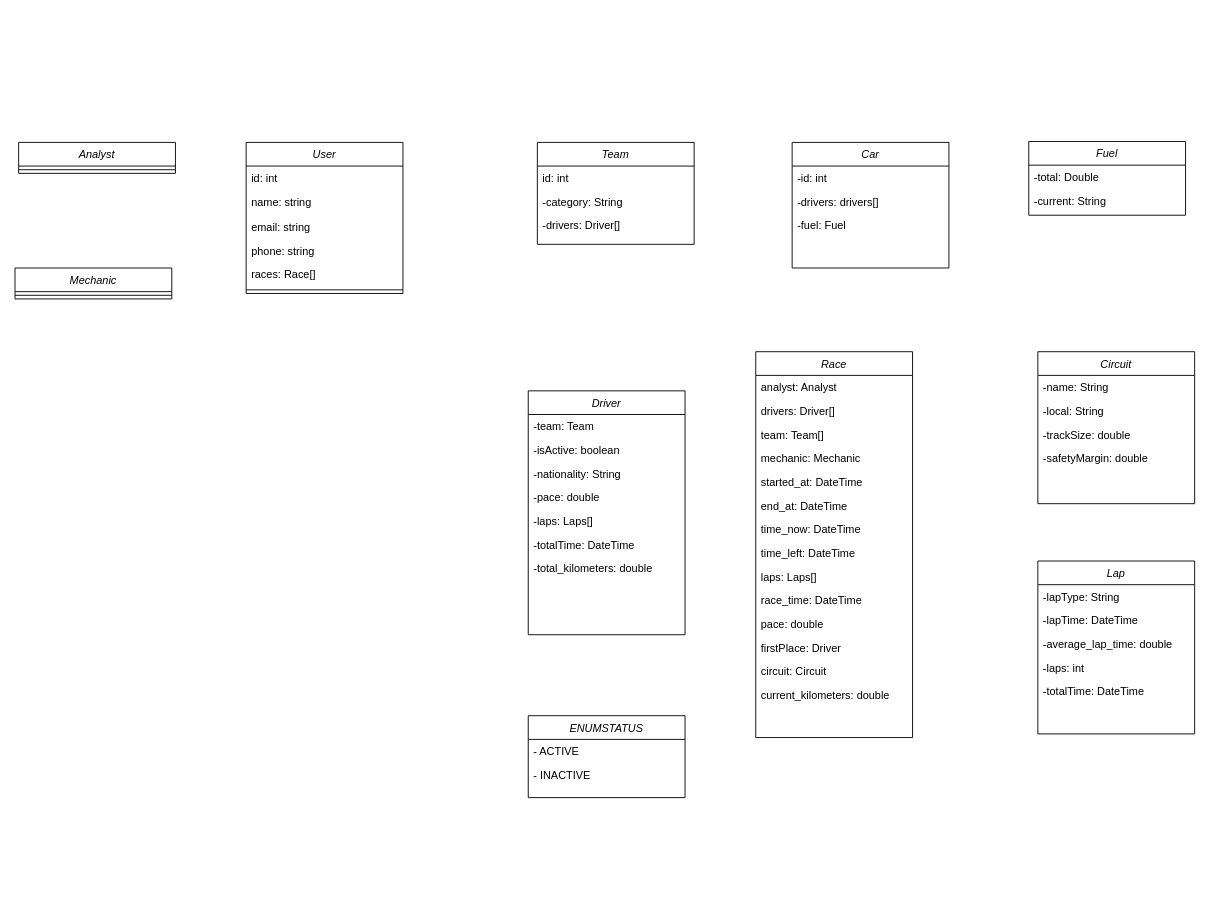
Above: Diagrama-classes-race-engineering.drawio in joeyclapton/puc (draw.io), before the change. Source tidied: cells renumbered, new cells numbered last; positions are measured from the earlier drawing's top-left corner, leaving out a move shared by most shapes. Both pictures are drawn from the tidied source at 91%, with x=0, y=0 at pixel (15, 141).
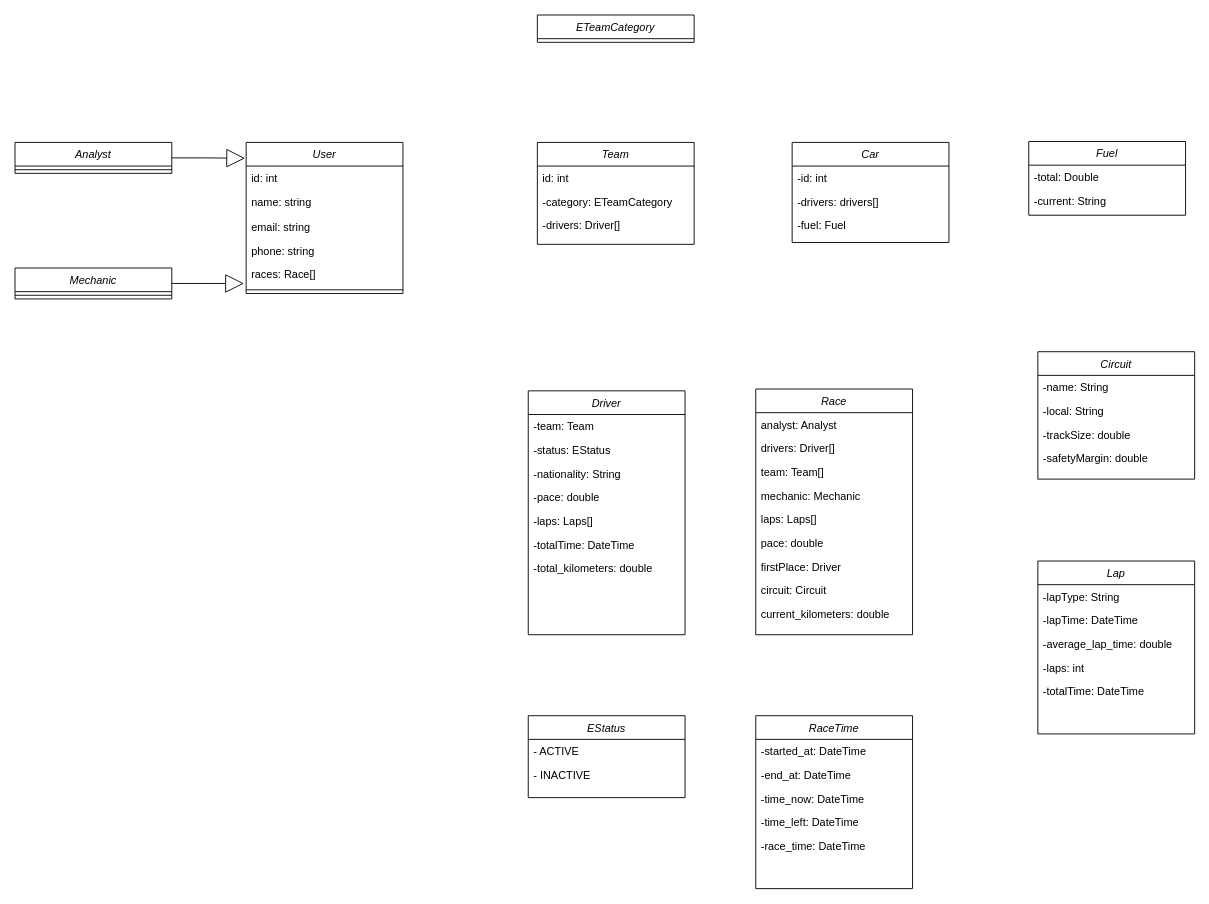
After the change.

Unchanged cells that the change refers to:
```xml
<mxCell id="2" value="User" style="swimlane;fontStyle=2;align=center;verticalAlign=top;horizontal=1;startSize=26;rounded=0;shadow=0;strokeWidth=1;" parent="1" vertex="1">
  <mxGeometry x="254" y="1" width="172.3" height="166" as="geometry" />
</mxCell>
<mxCell id="7" value="races: Race[]" style="text;align=left;verticalAlign=top;spacingLeft=4;spacingRight=4;overflow=hidden;points=[[0,0.5],[1,0.5]];portConstraint=eastwest;rounded=0;shadow=0;html=0;" parent="2" vertex="1">
  <mxGeometry y="132" width="172.3" height="26" as="geometry" />
</mxCell>
<mxCell id="9" value="Mechanic" style="swimlane;fontStyle=2;align=center;verticalAlign=top;horizontal=1;startSize=26;rounded=0;shadow=0;strokeWidth=1;" parent="1" vertex="1">
  <mxGeometry y="139" width="172.3" height="34" as="geometry" />
</mxCell>
<mxCell id="11" value="Driver" style="swimlane;fontStyle=2;align=center;verticalAlign=top;horizontal=1;startSize=26;rounded=0;shadow=0;strokeWidth=1;" parent="1" vertex="1">
  <mxGeometry x="564" y="274" width="172.3" height="268" as="geometry" />
</mxCell>
<mxCell id="34" value="Team" style="swimlane;fontStyle=2;align=center;verticalAlign=top;horizontal=1;startSize=26;rounded=0;shadow=0;strokeWidth=1;" parent="1" vertex="1">
  <mxGeometry x="574" y="1" width="172.3" height="112" as="geometry" />
</mxCell>
```

The edit, as a diff of the source:
```diff
@@
+    <mxCell id="61" style="edgeStyle=orthogonalEdgeStyle;rounded=0;jettySize=auto;html=1;exitX=1;exitY=0.5;exitDx=0;exitDy=0;entryX=-0.014;entryY=0.885;entryDx=0;entryDy=0;entryPerimeter=0;endArrow=block;endFill=0;endSize=18;" parent="1" edge="1" source="9" target="7">
+      <mxGeometry relative="1" as="geometry" />
+    </mxCell>
@@
-    <mxCell id="13" value="-isActive: boolean" style="text;align=left;verticalAlign=top;spacingLeft=4;spacingRight=4;overflow=hidden;rounded=0;shadow=0;html=0;" parent="11" vertex="1">
+    <mxCell id="13" value="-status: EStatus" style="text;align=left;verticalAlign=top;spacingLeft=4;spacingRight=4;overflow=hidden;rounded=0;shadow=0;html=0;" parent="11" vertex="1">
       <mxGeometry y="52" width="172.3" height="26" as="geometry" />
     </mxCell>
@@
     <mxCell id="19" value="Race" style="swimlane;fontStyle=2;align=center;verticalAlign=top;horizontal=1;startSize=26;rounded=0;shadow=0;strokeWidth=1;" parent="1" vertex="1">
-      <mxGeometry x="814" y="231" width="172.3" height="424" as="geometry" />
+      <mxGeometry x="814" y="272" width="172.3" height="270" as="geometry" />
     </mxCell>
@@
-    <mxCell id="24" value="started_at: DateTime&#10;&#10;" style="text;align=left;verticalAlign=top;spacingLeft=4;spacingRight=4;overflow=hidden;rounded=0;shadow=0;html=0;" parent="19" vertex="1">
-      <mxGeometry y="130" width="172.3" height="26" as="geometry" />
-    </mxCell>
-    <mxCell id="25" value="end_at: DateTime&#10;&#10;" style="text;align=left;verticalAlign=top;spacingLeft=4;spacingRight=4;overflow=hidden;rounded=0;shadow=0;html=0;" parent="19" vertex="1">
-      <mxGeometry y="156" width="172.3" height="26" as="geometry" />
-    </mxCell>
-    <mxCell id="26" value="time_now: DateTime&#10;&#10;" style="text;align=left;verticalAlign=top;spacingLeft=4;spacingRight=4;overflow=hidden;rounded=0;shadow=0;html=0;" parent="19" vertex="1">
-      <mxGeometry y="182" width="172.3" height="26" as="geometry" />
-    </mxCell>
-    <mxCell id="27" value="time_left: DateTime&#10;&#10;" style="text;align=left;verticalAlign=top;spacingLeft=4;spacingRight=4;overflow=hidden;rounded=0;shadow=0;html=0;" parent="19" vertex="1">
-      <mxGeometry y="208" width="172.3" height="26" as="geometry" />
-    </mxCell>
     <mxCell id="28" value="laps: Laps[]&#10;" style="text;align=left;verticalAlign=top;spacingLeft=4;spacingRight=4;overflow=hidden;rounded=0;shadow=0;html=0;" parent="19" vertex="1">
-      <mxGeometry y="234" width="172.3" height="26" as="geometry" />
+      <mxGeometry y="130" width="172.3" height="26" as="geometry" />
     </mxCell>
-    <mxCell id="29" value="race_time: DateTime&#10;&#10;" style="text;align=left;verticalAlign=top;spacingLeft=4;spacingRight=4;overflow=hidden;rounded=0;shadow=0;html=0;" parent="19" vertex="1">
-      <mxGeometry y="260" width="172.3" height="26" as="geometry" />
-    </mxCell>
     <mxCell id="30" value="pace: double" style="text;align=left;verticalAlign=top;spacingLeft=4;spacingRight=4;overflow=hidden;rounded=0;shadow=0;html=0;" parent="19" vertex="1">
-      <mxGeometry y="286" width="172.3" height="26" as="geometry" />
+      <mxGeometry y="156" width="172.3" height="26" as="geometry" />
     </mxCell>
     <mxCell id="31" value="firstPlace: Driver" style="text;align=left;verticalAlign=top;spacingLeft=4;spacingRight=4;overflow=hidden;rounded=0;shadow=0;html=0;" parent="19" vertex="1">
-      <mxGeometry y="312" width="172.3" height="26" as="geometry" />
+      <mxGeometry y="182" width="172.3" height="26" as="geometry" />
     </mxCell>
     <mxCell id="32" value="circuit: Circuit" style="text;align=left;verticalAlign=top;spacingLeft=4;spacingRight=4;overflow=hidden;rounded=0;shadow=0;html=0;" parent="19" vertex="1">
-      <mxGeometry y="338" width="172.3" height="26" as="geometry" />
+      <mxGeometry y="208" width="172.3" height="26" as="geometry" />
     </mxCell>
     <mxCell id="33" value="current_kilometers: double" style="text;align=left;verticalAlign=top;spacingLeft=4;spacingRight=4;overflow=hidden;rounded=0;shadow=0;html=0;" parent="19" vertex="1">
-      <mxGeometry y="364" width="172.3" height="26" as="geometry" />
+      <mxGeometry y="234" width="172.3" height="26" as="geometry" />
     </mxCell>
@@
-    <mxCell id="36" value="-category: String&#10;" style="text;align=left;verticalAlign=top;spacingLeft=4;spacingRight=4;overflow=hidden;rounded=0;shadow=0;html=0;" parent="34" vertex="1">
+    <mxCell id="36" value="-category: ETeamCategory&#10;" style="text;align=left;verticalAlign=top;spacingLeft=4;spacingRight=4;overflow=hidden;rounded=0;shadow=0;html=0;" parent="34" vertex="1">
       <mxGeometry y="52" width="172.3" height="26" as="geometry" />
     </mxCell>
@@
     <mxCell id="38" value="Car" style="swimlane;fontStyle=2;align=center;verticalAlign=top;horizontal=1;startSize=26;rounded=0;shadow=0;strokeWidth=1;" parent="1" vertex="1">
-      <mxGeometry x="854" y="1" width="172.3" height="138" as="geometry" />
+      <mxGeometry x="854" y="1" width="172.3" height="110" as="geometry" />
     </mxCell>
@@
     <mxCell id="42" value="Circuit" style="swimlane;fontStyle=2;align=center;verticalAlign=top;horizontal=1;startSize=26;rounded=0;shadow=0;strokeWidth=1;" parent="1" vertex="1">
-      <mxGeometry x="1124" y="231" width="172.3" height="167" as="geometry" />
+      <mxGeometry x="1124" y="231" width="172.3" height="140" as="geometry" />
     </mxCell>
@@
+    <mxCell id="62" style="edgeStyle=orthogonalEdgeStyle;rounded=0;jettySize=auto;html=1;exitX=1;exitY=0.5;exitDx=0;exitDy=0;entryX=-0.007;entryY=0.105;entryDx=0;entryDy=0;entryPerimeter=0;endSize=18;endArrow=block;endFill=0;" parent="1" edge="1" source="47" target="2">
+      <mxGeometry relative="1" as="geometry" />
+    </mxCell>
     <mxCell id="47" value="Analyst" style="swimlane;fontStyle=2;align=center;verticalAlign=top;horizontal=1;startSize=26;rounded=0;shadow=0;strokeWidth=1;" parent="1" vertex="1">
-      <mxGeometry x="4" y="1" width="172.3" height="34" as="geometry" />
+      <mxGeometry y="1" width="172.3" height="34" as="geometry" />
     </mxCell>
@@
-    <mxCell id="55" value="ENUMSTATUS" style="swimlane;fontStyle=2;align=center;verticalAlign=top;horizontal=1;startSize=26;rounded=0;shadow=0;strokeWidth=1;" parent="1" vertex="1">
+    <mxCell id="55" value="EStatus" style="swimlane;fontStyle=2;align=center;verticalAlign=top;horizontal=1;startSize=26;rounded=0;shadow=0;strokeWidth=1;" parent="1" vertex="1">
       <mxGeometry x="564" y="631" width="172.3" height="90" as="geometry" />
     </mxCell>
@@
+    <mxCell id="63" value="RaceTime" style="swimlane;fontStyle=2;align=center;verticalAlign=top;horizontal=1;startSize=26;rounded=0;shadow=0;strokeWidth=1;" parent="1" vertex="1">
+      <mxGeometry x="814" y="631" width="172.3" height="190" as="geometry" />
+    </mxCell>
+    <mxCell id="64" value="-started_at: DateTime&#10;" style="text;align=left;verticalAlign=top;spacingLeft=4;spacingRight=4;overflow=hidden;rounded=0;shadow=0;html=0;" parent="63" vertex="1">
+      <mxGeometry y="26" width="172.3" height="26" as="geometry" />
+    </mxCell>
+    <mxCell id="65" value="-end_at: DateTime&#10;" style="text;align=left;verticalAlign=top;spacingLeft=4;spacingRight=4;overflow=hidden;rounded=0;shadow=0;html=0;" parent="63" vertex="1">
+      <mxGeometry y="52" width="172.3" height="26" as="geometry" />
+    </mxCell>
+    <mxCell id="66" value="-time_now: DateTime" style="text;align=left;verticalAlign=top;spacingLeft=4;spacingRight=4;overflow=hidden;rounded=0;shadow=0;html=0;" parent="63" vertex="1">
+      <mxGeometry y="78" width="172.3" height="26" as="geometry" />
+    </mxCell>
+    <mxCell id="67" value="-time_left: DateTime" style="text;align=left;verticalAlign=top;spacingLeft=4;spacingRight=4;overflow=hidden;rounded=0;shadow=0;html=0;" parent="63" vertex="1">
+      <mxGeometry y="104" width="172.3" height="26" as="geometry" />
+    </mxCell>
+    <mxCell id="68" value="-race_time: DateTime" style="text;align=left;verticalAlign=top;spacingLeft=4;spacingRight=4;overflow=hidden;rounded=0;shadow=0;html=0;" parent="63" vertex="1">
+      <mxGeometry y="130" width="172.3" height="26" as="geometry" />
+    </mxCell>
+    <mxCell id="69" value="ETeamCategory" style="swimlane;fontStyle=2;align=center;verticalAlign=top;horizontal=1;startSize=26;rounded=0;shadow=0;strokeWidth=1;" parent="1" vertex="1">
+      <mxGeometry x="574" y="-139" width="172.3" height="30" as="geometry" />
+    </mxCell>
```
